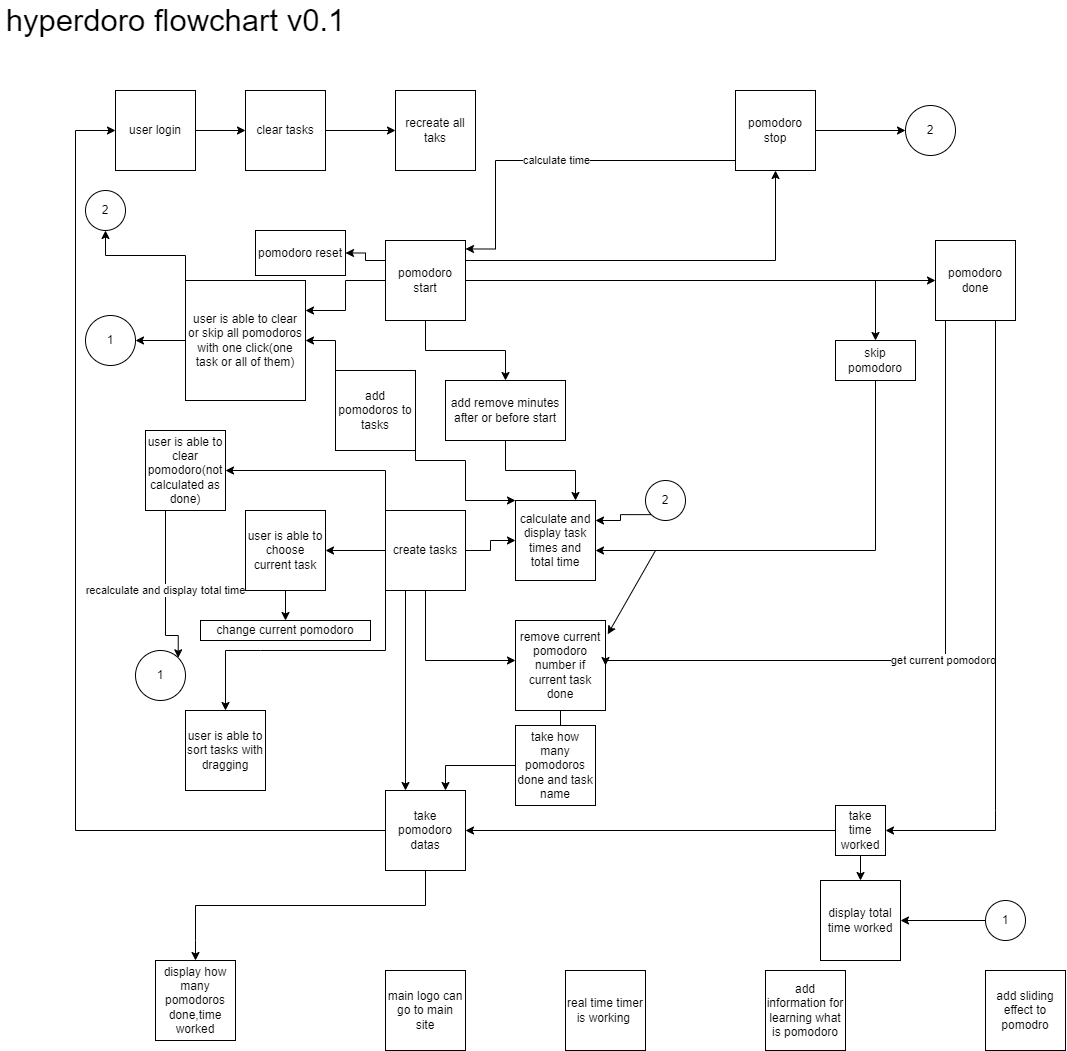
engineerturph/hyperdoro-v1 keeps this draw.io diagram as flowchart/hyperdoro flowchart v0.1.png. Above is the earlier version. Source tidied: cells renumbered, new cells last; positions are measured from the earlier drawing's top-left corner, leaving out a move shared by most shapes.
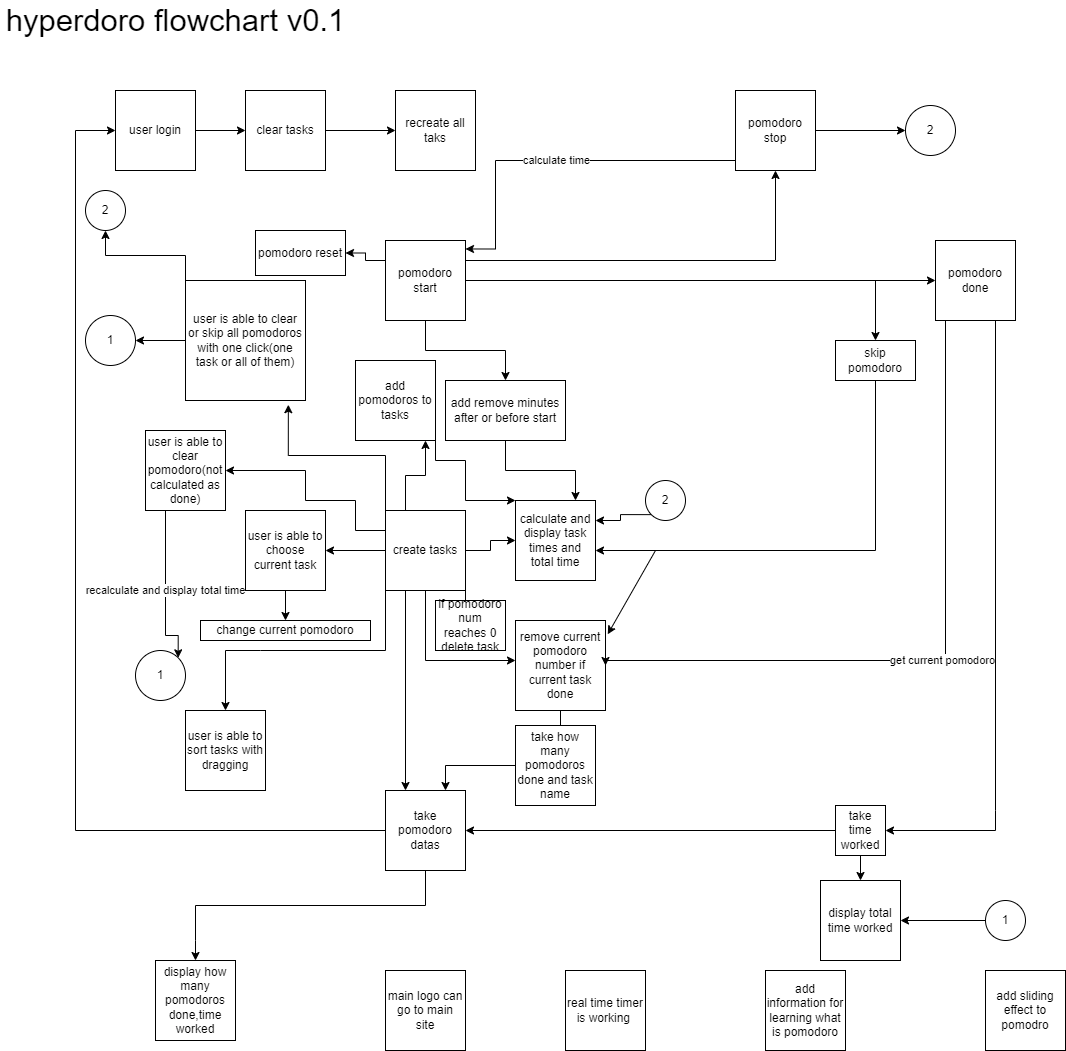
The same file after the commit.

What changed in the source:
```diff
@@ -17,9 +17,6 @@
     <mxCell id="6" style="edgeStyle=orthogonalEdgeStyle;rounded=0;jettySize=auto;html=1;exitX=1;exitY=0.25;exitDx=0;exitDy=0;" parent="1" edge="1" source="9" target="62">
       <mxGeometry relative="1" as="geometry" />
     </mxCell>
-    <mxCell id="7" style="edgeStyle=orthogonalEdgeStyle;rounded=0;jettySize=auto;html=1;entryX=1;entryY=0.25;entryDx=0;entryDy=0;" parent="1" edge="1" source="9" target="51">
-      <mxGeometry relative="1" as="geometry" />
-    </mxCell>
     <mxCell id="8" style="edgeStyle=orthogonalEdgeStyle;rounded=0;jettySize=auto;html=1;exitX=0;exitY=0.25;exitDx=0;exitDy=0;" parent="1" edge="1" source="9" target="63">
       <mxGeometry relative="1" as="geometry" />
     </mxCell>
@@ -56,9 +53,25 @@
         </Array>
       </mxGeometry>
     </mxCell>
-    <mxCell id="17" style="edgeStyle=orthogonalEdgeStyle;rounded=0;jettySize=auto;html=1;exitX=0;exitY=0;exitDx=0;exitDy=0;" parent="1" edge="1" source="18" target="48">
-      <mxGeometry relative="1" as="geometry" />
+    <mxCell id="17" style="edgeStyle=orthogonalEdgeStyle;rounded=0;jettySize=auto;html=1;exitX=0;exitY=0.25;exitDx=0;exitDy=0;" parent="1" edge="1" source="18" target="48">
+      <mxGeometry relative="1" as="geometry">
+        <Array as="points">
+          <mxPoint x="355" y="530" />
+          <mxPoint x="355" y="500" />
+          <mxPoint x="305" y="500" />
+          <mxPoint x="305" y="470" />
+        </Array>
+      </mxGeometry>
     </mxCell>
+    <mxCell id="72" style="edgeStyle=orthogonalEdgeStyle;rounded=0;jettySize=auto;html=1;exitX=0.25;exitY=0;exitDx=0;exitDy=0;entryX=0.875;entryY=1;entryDx=0;entryDy=0;entryPerimeter=0;" parent="1" edge="1" source="18" target="42">
+      <mxGeometry relative="1" as="geometry" />
+    </mxCell>
+    <mxCell id="73" style="edgeStyle=orthogonalEdgeStyle;rounded=0;jettySize=auto;html=1;exitX=0;exitY=0;exitDx=0;exitDy=0;entryX=0.857;entryY=1.035;entryDx=0;entryDy=0;entryPerimeter=0;" parent="1" edge="1" source="18" target="51">
+      <mxGeometry relative="1" as="geometry" />
+    </mxCell>
+    <mxCell id="74" style="edgeStyle=orthogonalEdgeStyle;rounded=0;jettySize=auto;html=1;exitX=1;exitY=1;exitDx=0;exitDy=0;" parent="1" edge="1" source="18" target="75">
+      <mxGeometry relative="1" as="geometry" />
+    </mxCell>
     <mxCell id="18" value="create tasks" style="whiteSpace=wrap;html=1;" parent="1" vertex="1">
       <mxGeometry x="385" y="510" width="80" height="80" as="geometry" />
     </mxCell>
@@ -164,11 +177,8 @@
         </Array>
       </mxGeometry>
     </mxCell>
-    <mxCell id="41" style="edgeStyle=orthogonalEdgeStyle;rounded=0;jettySize=auto;html=1;exitX=0;exitY=0;exitDx=0;exitDy=0;" parent="1" edge="1" source="42" target="51">
-      <mxGeometry relative="1" as="geometry" />
-    </mxCell>
     <mxCell id="42" value="add pomodoros to tasks" style="whiteSpace=wrap;html=1;" parent="1" vertex="1">
-      <mxGeometry x="335" y="370" width="80" height="80" as="geometry" />
+      <mxGeometry x="355" y="360" width="80" height="80" as="geometry" />
     </mxCell>
     <mxCell id="43" style="edgeStyle=orthogonalEdgeStyle;rounded=0;jettySize=auto;html=1;fontSize=12;" parent="1" edge="1" source="44" target="71">
       <mxGeometry relative="1" as="geometry" />
@@ -272,5 +282,8 @@
     <mxCell id="71" value="change current pomodoro" style="rounded=0;whiteSpace=wrap;html=1;fontSize=12;" parent="1" vertex="1">
       <mxGeometry x="200" y="620" width="170" height="20" as="geometry" />
     </mxCell>
+    <mxCell id="75" value="if pomodoro num reaches 0 delete task" style="rounded=0;whiteSpace=wrap;html=1;" parent="1" vertex="1">
+      <mxGeometry x="435" y="600" width="70" height="50" as="geometry" />
+    </mxCell>
   </root>
 </mxGraphModel>
```
